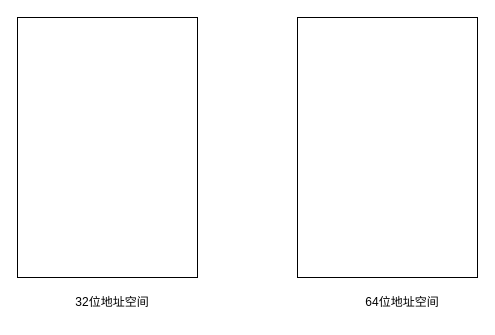
Above: 虚拟内存空间.drawio in Netech-DevNote/itquestions_pictures (draw.io), before the change. Source tidied: cells renumbered, new cells numbered last; positions are measured from the earlier drawing's top-left corner, leaving out a move shared by most shapes. Both pictures are drawn from the tidied source at 100%, with x=0, y=0 at pixel (17, 17).
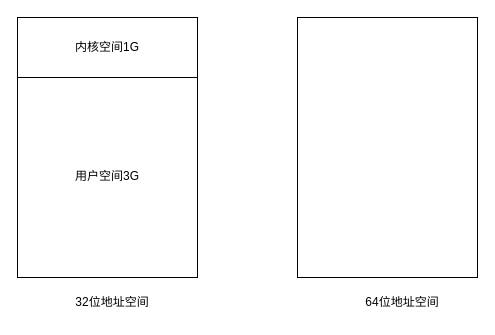
The same page after the edit.

Commit message (it also covers changes not shown here):
更新虚拟内存空间.drawio

Diff of the diagram source:
```diff
@@
 <mxGraphModel>
   <root>
     <mxCell id="0" />
     <mxCell id="1" parent="0" />
-    <mxCell id="2" style="rounded=0;whiteSpace=wrap;html=1;" parent="1" vertex="1">
+    <mxCell id="2" value="&lt;br&gt;&lt;br&gt;&lt;br&gt;&lt;br&gt;用户空间3G" style="rounded=0;whiteSpace=wrap;html=1;" parent="1" vertex="1">
       <mxGeometry width="180" height="260" as="geometry" />
     </mxCell>
     <mxCell id="3" style="rounded=0;whiteSpace=wrap;html=1;" parent="1" vertex="1">
       <mxGeometry x="280" width="180" height="260" as="geometry" />
     </mxCell>
     <mxCell id="4" value="32位地址空间" style="text;html=1;strokeColor=none;fillColor=none;align=center;verticalAlign=middle;whiteSpace=wrap;rounded=0;" parent="1" vertex="1">
       <mxGeometry x="50" y="270" width="90" height="30" as="geometry" />
     </mxCell>
     <mxCell id="5" value="64位地址空间" style="text;html=1;strokeColor=none;fillColor=none;align=center;verticalAlign=middle;whiteSpace=wrap;rounded=0;" parent="1" vertex="1">
       <mxGeometry x="340" y="270" width="90" height="30" as="geometry" />
     </mxCell>
+    <mxCell id="6" value="内核空间1G" style="rounded=0;whiteSpace=wrap;html=1;" parent="1" vertex="1">
+      <mxGeometry width="180" height="60" as="geometry" />
+    </mxCell>
   </root>
 </mxGraphModel>
```
